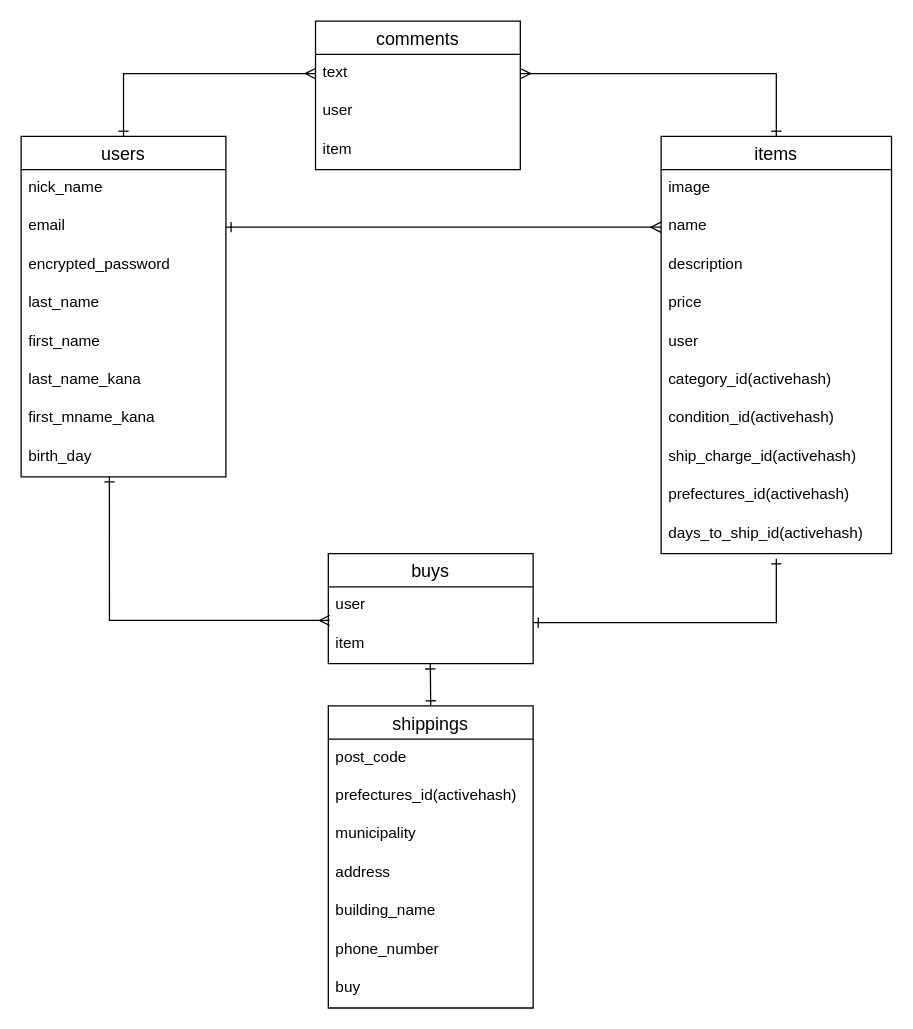
Before: page "ページ1" (1 of 2) of ER.dio in Kazuki3dayo/furima-31103, a draw.io diagram. Source tidied: cells renumbered, new cells numbered last; positions are measured from the earlier drawing's top-left corner, leaving out a move shared by most shapes. Both pictures are drawn from the tidied source at 128%, with x=0, y=0 at pixel (20, 20).
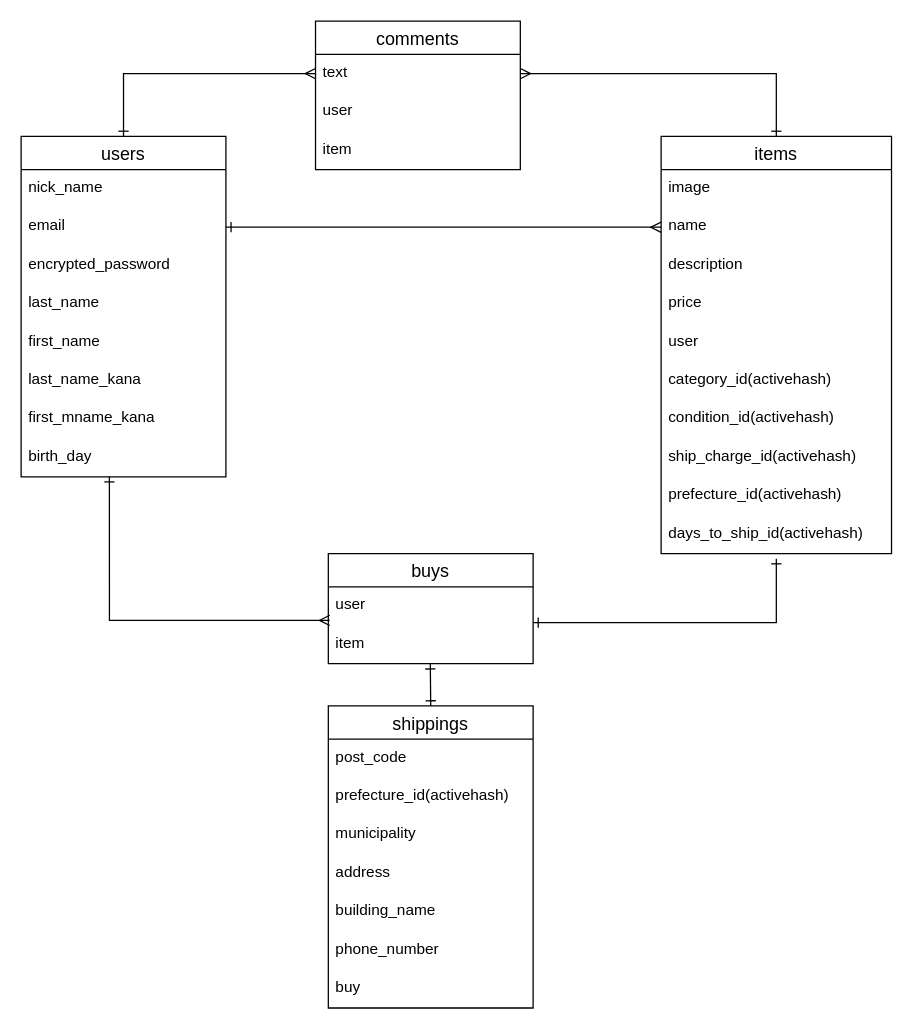
The same page after the edit.

Unchanged cells that the change refers to:
```xml
<mxCell id="15" value="items" style="swimlane;fontStyle=0;horizontal=1;startSize=26;align=center;fontSize=14;" parent="1" vertex="1">
  <mxGeometry x="500" y="90" width="180" height="326" as="geometry" />
</mxCell>
<mxCell id="35" value="shippings" style="swimlane;fontStyle=0;horizontal=1;startSize=26;align=center;fontSize=14;" parent="1" vertex="1">
  <mxGeometry x="240" y="535" width="160" height="236" as="geometry" />
</mxCell>
```

Change to the diagram source:
```diff
@@
-    <mxCell id="24" value="prefectures_id(activehash)" style="text;strokeColor=none;fillColor=none;spacingLeft=4;spacingRight=4;overflow=hidden;fontSize=12;" parent="15" vertex="1">
+    <mxCell id="24" value="prefecture_id(activehash)" style="text;strokeColor=none;fillColor=none;spacingLeft=4;spacingRight=4;overflow=hidden;fontSize=12;" parent="15" vertex="1">
       <mxGeometry y="266" width="180" height="30" as="geometry" />
     </mxCell>
@@
-    <mxCell id="37" value="prefectures_id(activehash)" style="text;strokeColor=none;fillColor=none;spacingLeft=4;spacingRight=4;overflow=hidden;fontSize=12;" parent="35" vertex="1">
+    <mxCell id="37" value="prefecture_id(activehash)" style="text;strokeColor=none;fillColor=none;spacingLeft=4;spacingRight=4;overflow=hidden;fontSize=12;" parent="35" vertex="1">
       <mxGeometry y="56" width="160" height="30" as="geometry" />
     </mxCell>
```
